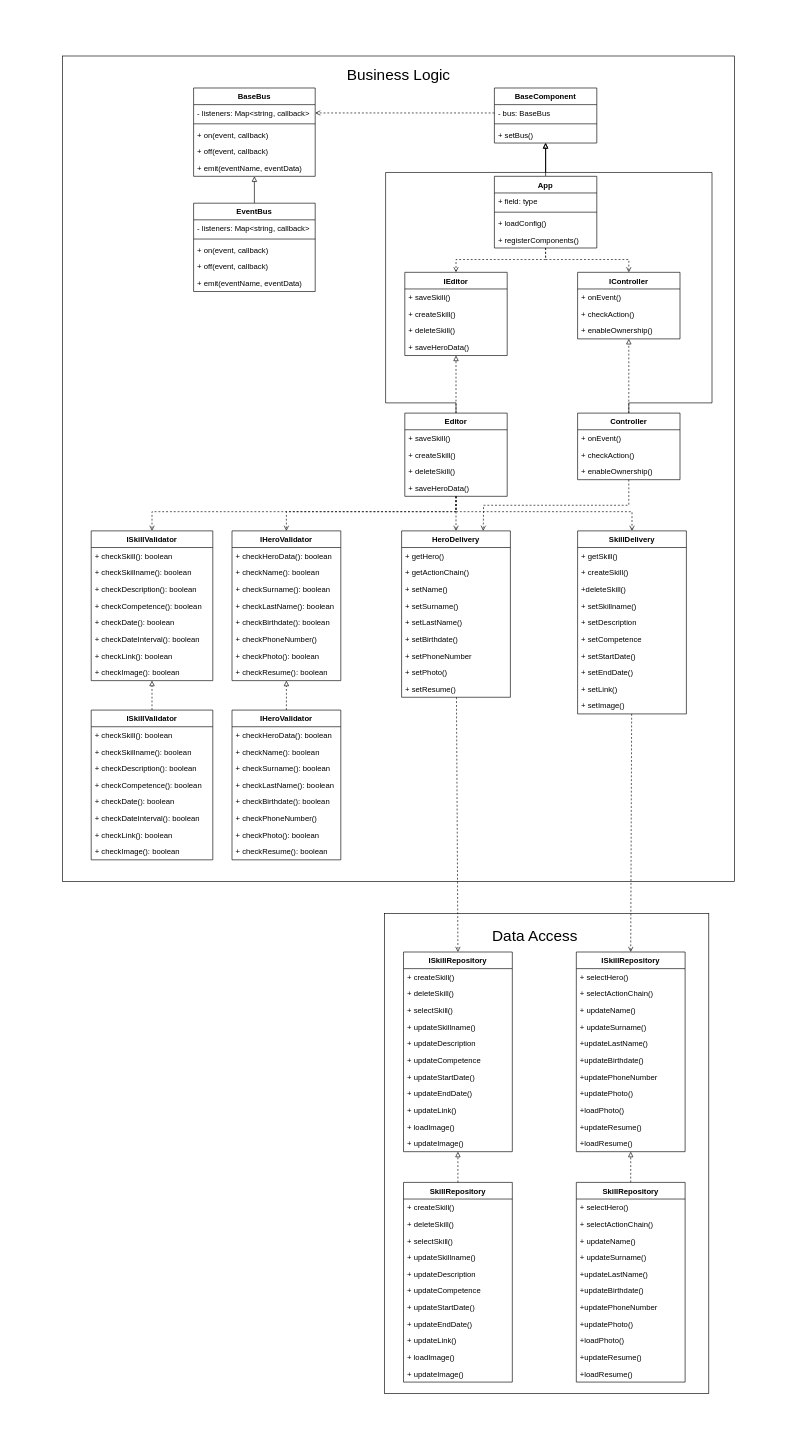
Above: lab02/diagrams/total-uml.drawio in kalashkovpaul/bmstu-sd (draw.io), before the change. Source tidied: cells renumbered, new cells numbered last; positions are measured from the earlier drawing's top-left corner, leaving out a move shared by most shapes. Both pictures are drawn from the tidied source at 64%, with x=0, y=0 at pixel (11, 11).
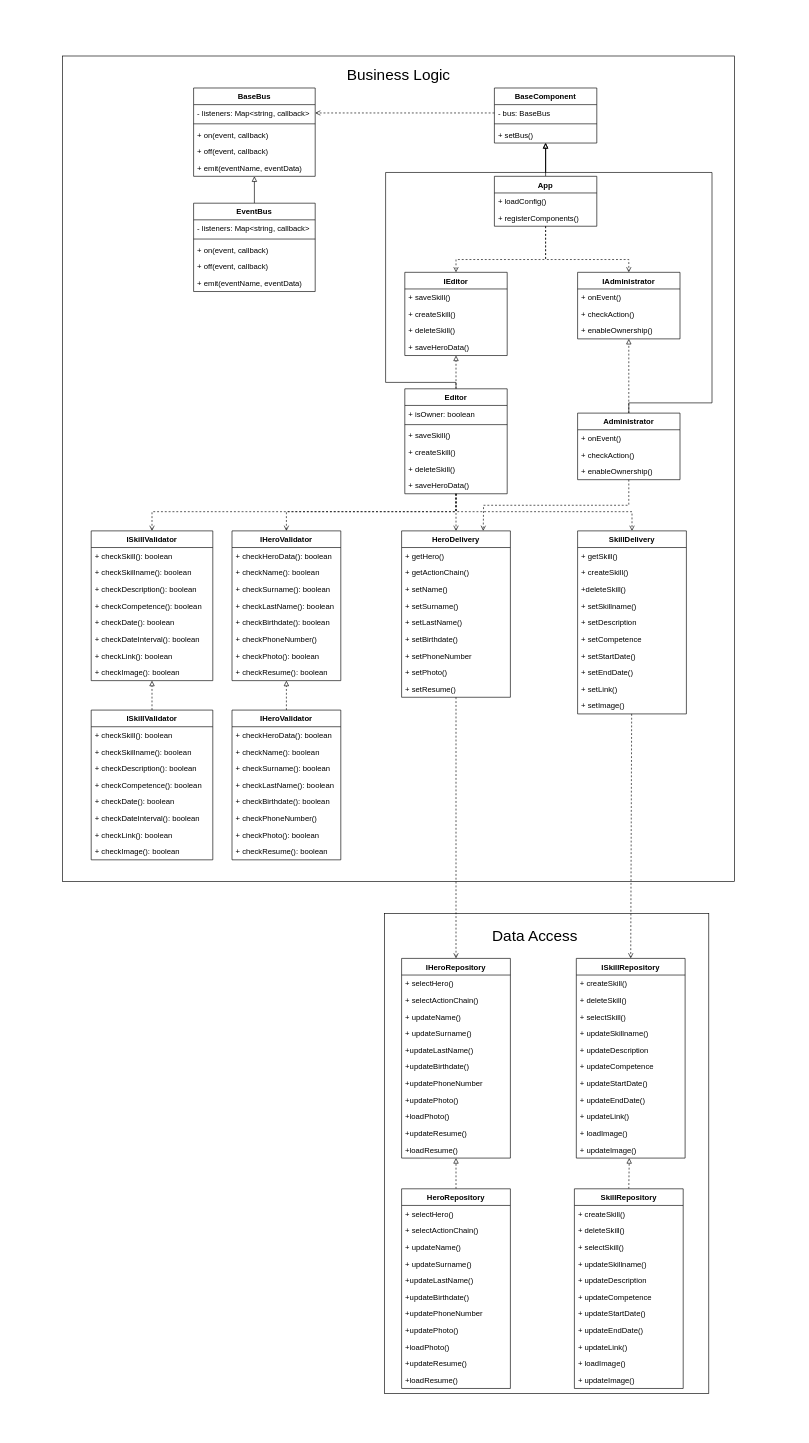
After the change.

The change refers to these unchanged cells:
```xml
<mxCell id="105" value="HeroDelivery" style="swimlane;fontStyle=1;align=center;verticalAlign=top;horizontal=1;startSize=26;" parent="1" vertex="1">
  <mxGeometry x="610" y="812" width="170" height="260" as="geometry" />
</mxCell>
<mxCell id="115" value="BaseComponent" style="swimlane;fontStyle=1;align=center;verticalAlign=top;horizontal=1;startSize=26;" parent="1" vertex="1">
  <mxGeometry x="755" y="120" width="160" height="86" as="geometry" />
</mxCell>
<mxCell id="143" value="SkillDelivery" style="swimlane;fontStyle=1;align=center;verticalAlign=top;horizontal=1;startSize=26;" parent="1" vertex="1">
  <mxGeometry x="885" y="812" width="170" height="286" as="geometry" />
</mxCell>
```

Change to the diagram source:
```diff
@@
     <mxCell id="5" value="ISkillRepository" style="swimlane;fontStyle=1;align=center;verticalAlign=top;horizontal=1;startSize=26;" parent="1" vertex="1">
-      <mxGeometry x="613" y="1470" width="170" height="312" as="geometry" />
+      <mxGeometry x="883" y="1480" width="170" height="312" as="geometry" />
     </mxCell>
@@
-    <mxCell id="17" value="ISkillRepository" style="swimlane;fontStyle=1;align=center;verticalAlign=top;horizontal=1;startSize=26;" parent="1" vertex="1">
-      <mxGeometry x="883" y="1470" width="170" height="312" as="geometry" />
+    <mxCell id="17" value="IHeroRepository" style="swimlane;fontStyle=1;align=center;verticalAlign=top;horizontal=1;startSize=26;" parent="1" vertex="1">
+      <mxGeometry x="610" y="1480" width="170" height="312" as="geometry" />
     </mxCell>
@@
     <mxCell id="30" value="SkillRepository" style="swimlane;fontStyle=1;align=center;verticalAlign=top;horizontal=1;startSize=26;" parent="1" vertex="1">
-      <mxGeometry x="613" y="1830" width="170" height="312" as="geometry" />
+      <mxGeometry x="880" y="1840" width="170" height="312" as="geometry" />
     </mxCell>
@@
-    <mxCell id="43" value="SkillRepository" style="swimlane;fontStyle=1;align=center;verticalAlign=top;horizontal=1;startSize=26;" parent="1" vertex="1">
-      <mxGeometry x="883" y="1830" width="170" height="312" as="geometry" />
+    <mxCell id="43" value="HeroRepository" style="swimlane;fontStyle=1;align=center;verticalAlign=top;horizontal=1;startSize=26;" parent="1" vertex="1">
+      <mxGeometry x="610" y="1840" width="170" height="312" as="geometry" />
     </mxCell>
@@
     <mxCell id="60" style="edgeStyle=none;rounded=0;html=1;exitX=0.5;exitY=0;exitDx=0;exitDy=0;endArrow=block;endFill=0;" parent="1" edge="1" source="61" target="115">
       <mxGeometry relative="1" as="geometry">
         <Array as="points">
-          <mxPoint x="695" y="612" />
-          <mxPoint x="585" y="612" />
+          <mxPoint x="695" y="580" />
+          <mxPoint x="585" y="580" />
           <mxPoint x="585" y="252" />
           <mxPoint x="835" y="252" />
         </Array>
       </mxGeometry>
     </mxCell>
     <mxCell id="61" value="Editor" style="swimlane;fontStyle=1;align=center;verticalAlign=top;horizontal=1;startSize=26;" parent="1" vertex="1">
-      <mxGeometry x="615" y="628" width="160" height="130" as="geometry" />
+      <mxGeometry x="615" y="590" width="160" height="164" as="geometry" />
     </mxCell>
+    <mxCell id="171" value="+ isOwner: boolean" style="text;strokeColor=none;fillColor=none;align=left;verticalAlign=top;spacingLeft=4;spacingRight=4;overflow=hidden;" parent="61" vertex="1">
+      <mxGeometry y="26" width="160" height="26" as="geometry" />
+    </mxCell>
+    <mxCell id="165" style="line;strokeWidth=1;fillColor=none;align=left;verticalAlign=middle;spacingTop=-1;spacingLeft=3;spacingRight=3;labelPosition=right;" parent="61" vertex="1">
+      <mxGeometry y="52" width="160" height="8" as="geometry" />
+    </mxCell>
     <mxCell id="62" value="+ saveSkill()" style="text;strokeColor=none;fillColor=none;align=left;verticalAlign=top;spacingLeft=4;spacingRight=4;overflow=hidden;" parent="61" vertex="1">
-      <mxGeometry y="26" width="160" height="26" as="geometry" />
+      <mxGeometry y="60" width="160" height="26" as="geometry" />
     </mxCell>
     <mxCell id="63" value="+ createSkill()" style="text;strokeColor=none;fillColor=none;align=left;verticalAlign=top;spacingLeft=4;spacingRight=4;overflow=hidden;" parent="61" vertex="1">
-      <mxGeometry y="52" width="160" height="26" as="geometry" />
+      <mxGeometry y="86" width="160" height="26" as="geometry" />
     </mxCell>
     <mxCell id="64" value="+ deleteSkill()" style="text;strokeColor=none;fillColor=none;align=left;verticalAlign=top;spacingLeft=4;spacingRight=4;overflow=hidden;" parent="61" vertex="1">
-      <mxGeometry y="78" width="160" height="26" as="geometry" />
+      <mxGeometry y="112" width="160" height="26" as="geometry" />
     </mxCell>
     <mxCell id="65" value="+ saveHeroData()" style="text;strokeColor=none;fillColor=none;align=left;verticalAlign=top;spacingLeft=4;spacingRight=4;overflow=hidden;" parent="61" vertex="1">
-      <mxGeometry y="104" width="160" height="26" as="geometry" />
+      <mxGeometry y="138" width="160" height="26" as="geometry" />
     </mxCell>
@@
-    <mxCell id="104" style="edgeStyle=none;html=1;entryX=0.5;entryY=0;entryDx=0;entryDy=0;fontSize=24;dashed=1;endArrow=open;endFill=0;" parent="1" edge="1" source="105" target="5">
+    <mxCell id="104" style="edgeStyle=none;html=1;entryX=0.5;entryY=0;entryDx=0;entryDy=0;fontSize=24;dashed=1;endArrow=open;endFill=0;" parent="1" edge="1" source="105" target="17">
       <mxGeometry relative="1" as="geometry" />
     </mxCell>
@@
-    <mxCell id="126" value="IController" style="swimlane;fontStyle=1;align=center;verticalAlign=top;horizontal=1;startSize=26;" parent="1" vertex="1">
+    <mxCell id="126" value="IAdministrator" style="swimlane;fontStyle=1;align=center;verticalAlign=top;horizontal=1;startSize=26;" parent="1" vertex="1">
       <mxGeometry x="885" y="408" width="160" height="104" as="geometry" />
     </mxCell>
@@
-    <mxCell id="133" value="Controller" style="swimlane;fontStyle=1;align=center;verticalAlign=top;horizontal=1;startSize=26;" parent="1" vertex="1">
+    <mxCell id="133" value="Administrator" style="swimlane;fontStyle=1;align=center;verticalAlign=top;horizontal=1;startSize=26;" parent="1" vertex="1">
       <mxGeometry x="885" y="628" width="160" height="104" as="geometry" />
     </mxCell>
@@
-    <mxCell id="142" style="edgeStyle=none;html=1;entryX=0.5;entryY=0;entryDx=0;entryDy=0;dashed=1;fontSize=24;endArrow=open;endFill=0;" parent="1" edge="1" source="143" target="17">
+    <mxCell id="142" style="edgeStyle=none;html=1;entryX=0.5;entryY=0;entryDx=0;entryDy=0;dashed=1;fontSize=24;endArrow=open;endFill=0;" parent="1" edge="1" source="143" target="5">
       <mxGeometry relative="1" as="geometry" />
     </mxCell>
@@
     <mxCell id="163" value="App" style="swimlane;fontStyle=1;align=center;verticalAlign=top;horizontal=1;startSize=26;" parent="1" vertex="1">
-      <mxGeometry x="755" y="258" width="160" height="112" as="geometry" />
+      <mxGeometry x="755" y="258" width="160" height="78" as="geometry" />
     </mxCell>
-    <mxCell id="164" value="+ field: type" style="text;strokeColor=none;fillColor=none;align=left;verticalAlign=top;spacingLeft=4;spacingRight=4;overflow=hidden;" parent="163" vertex="1">
-      <mxGeometry y="26" width="160" height="26" as="geometry" />
-    </mxCell>
-    <mxCell id="165" style="line;strokeWidth=1;fillColor=none;align=left;verticalAlign=middle;spacingTop=-1;spacingLeft=3;spacingRight=3;labelPosition=right;" parent="163" vertex="1">
-      <mxGeometry y="52" width="160" height="8" as="geometry" />
-    </mxCell>
     <mxCell id="166" value="+ loadConfig()" style="text;strokeColor=none;fillColor=none;align=left;verticalAlign=top;spacingLeft=4;spacingRight=4;overflow=hidden;" parent="163" vertex="1">
-      <mxGeometry y="60" width="160" height="26" as="geometry" />
+      <mxGeometry y="26" width="160" height="26" as="geometry" />
     </mxCell>
     <mxCell id="167" value="+ registerComponents()" style="text;strokeColor=none;fillColor=none;align=left;verticalAlign=top;spacingLeft=4;spacingRight=4;overflow=hidden;" parent="163" vertex="1">
-      <mxGeometry y="86" width="160" height="26" as="geometry" />
+      <mxGeometry y="52" width="160" height="26" as="geometry" />
     </mxCell>
```
